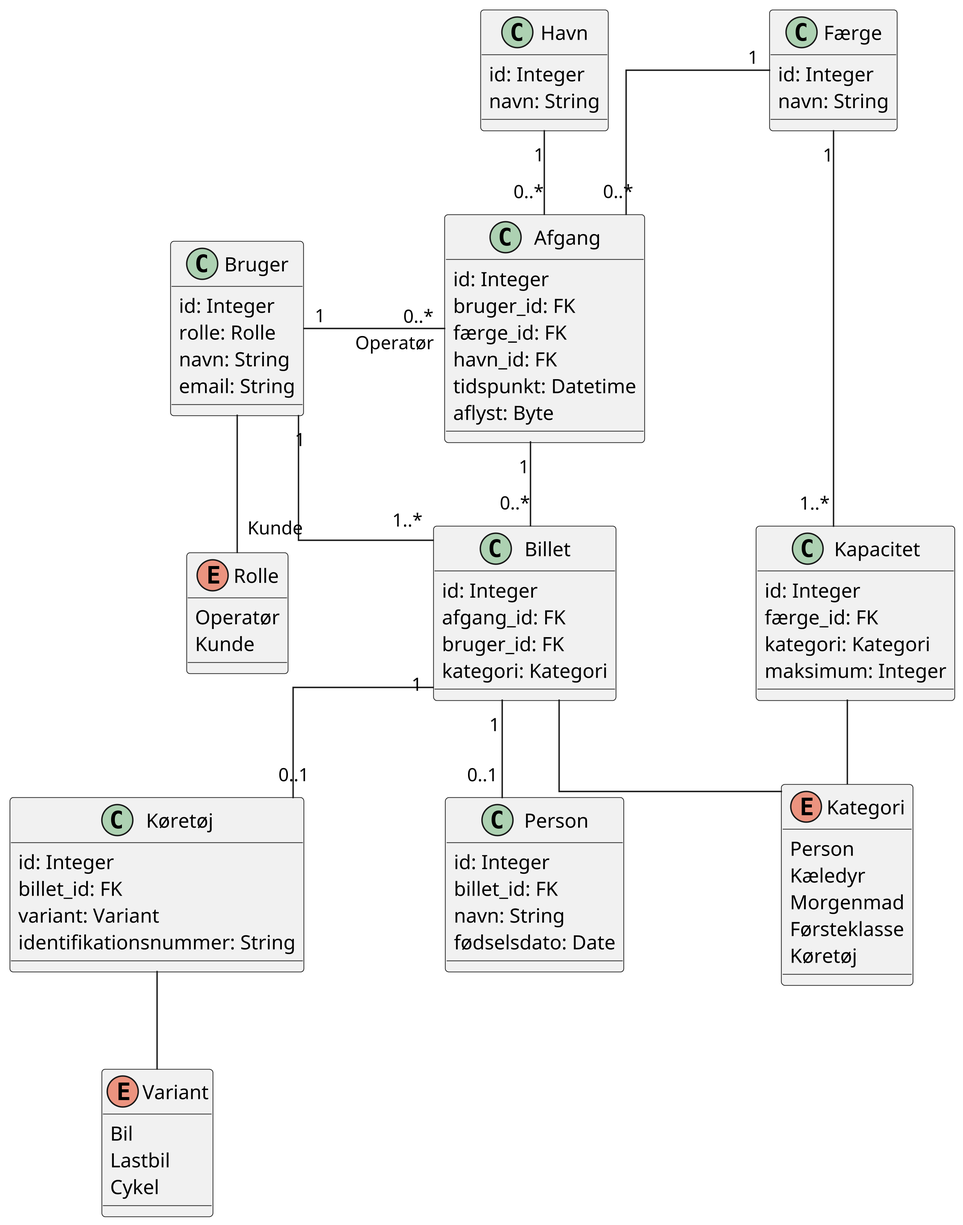
The PlantUML diagram asset/data_model.png in marc8193/H6PD080126, before a commit.
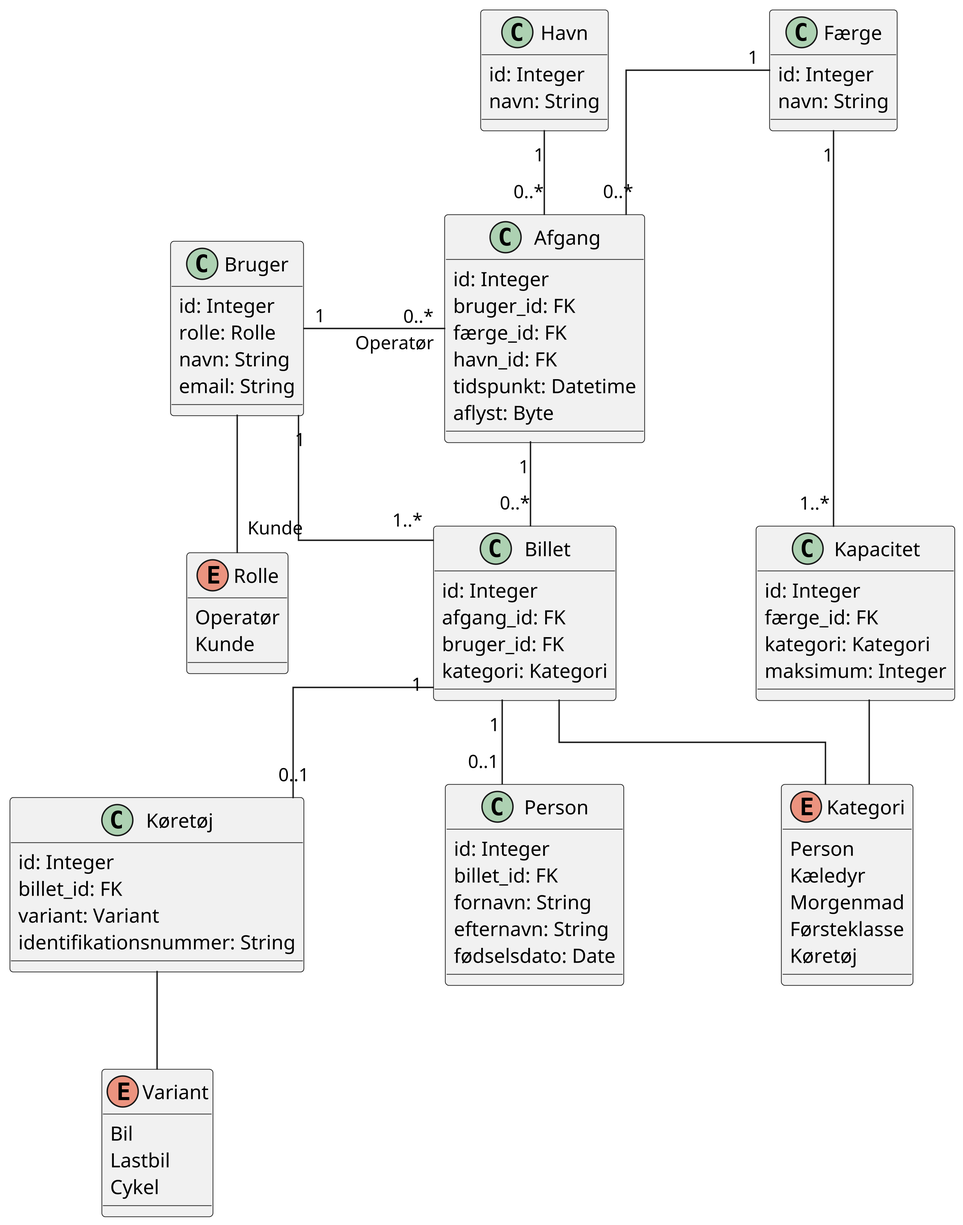
The same file after the commit.

Commit message:
Finpudsning af data håndtering i billetvælgeren

The edit, as a diff of the source:
```diff
@@ -83,7 +83,8 @@
 {
   id: Integer
   billet_id: FK
-  navn: String
+  fornavn: String
+  efternavn: String
   fødselsdato: Date
 }
 
```
